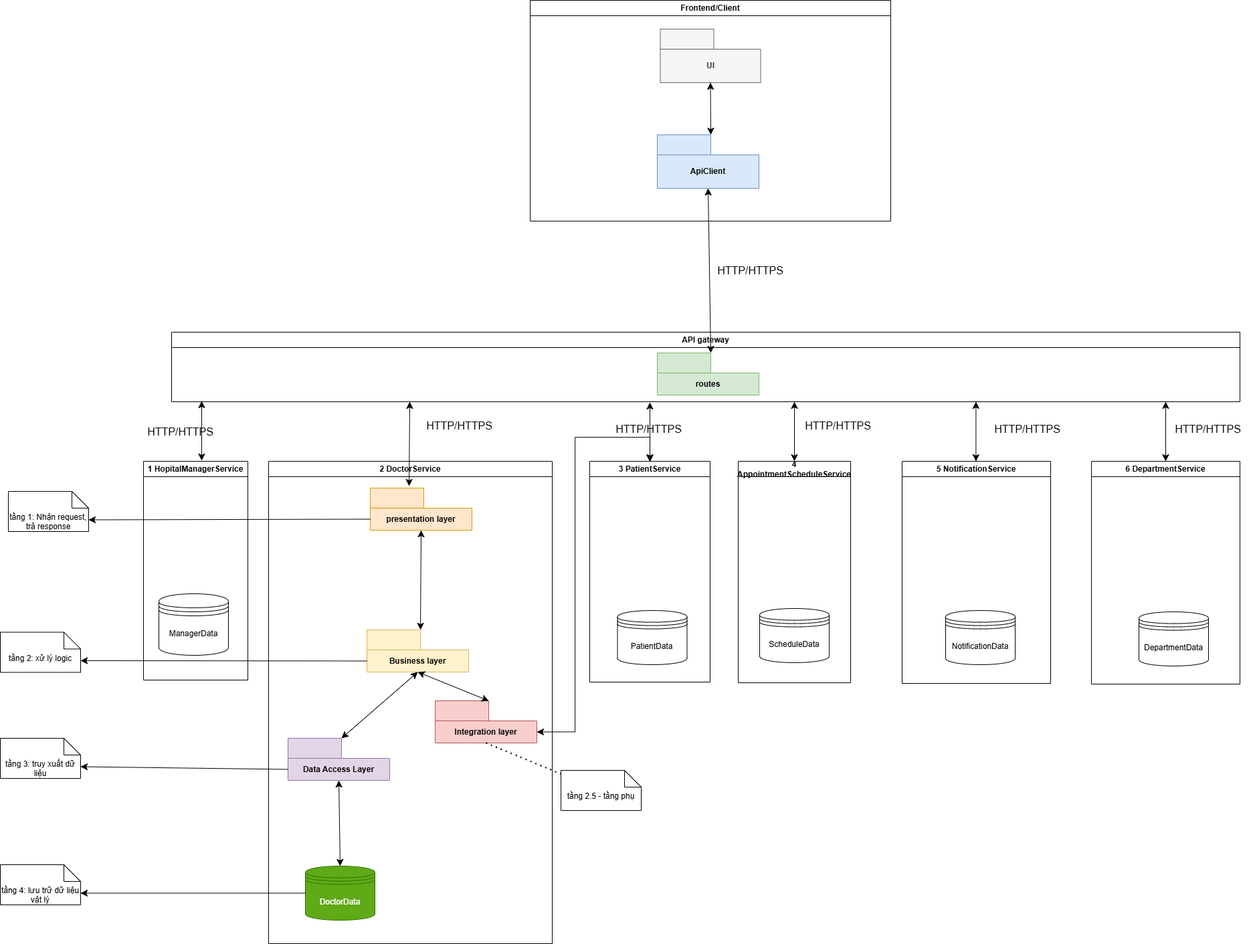
Minh-Quan-dz123/He_thong_quan_ly_benh_vien keeps this draw.io diagram as details/2_product_analysis_and_design/3_architectural_diagram_lv0/bv_architectural_lv0.drawio.png. Above is the earlier version. Source tidied: cells renumbered, new cells last; positions are measured from the earlier drawing's top-left corner, leaving out a move shared by most shapes.
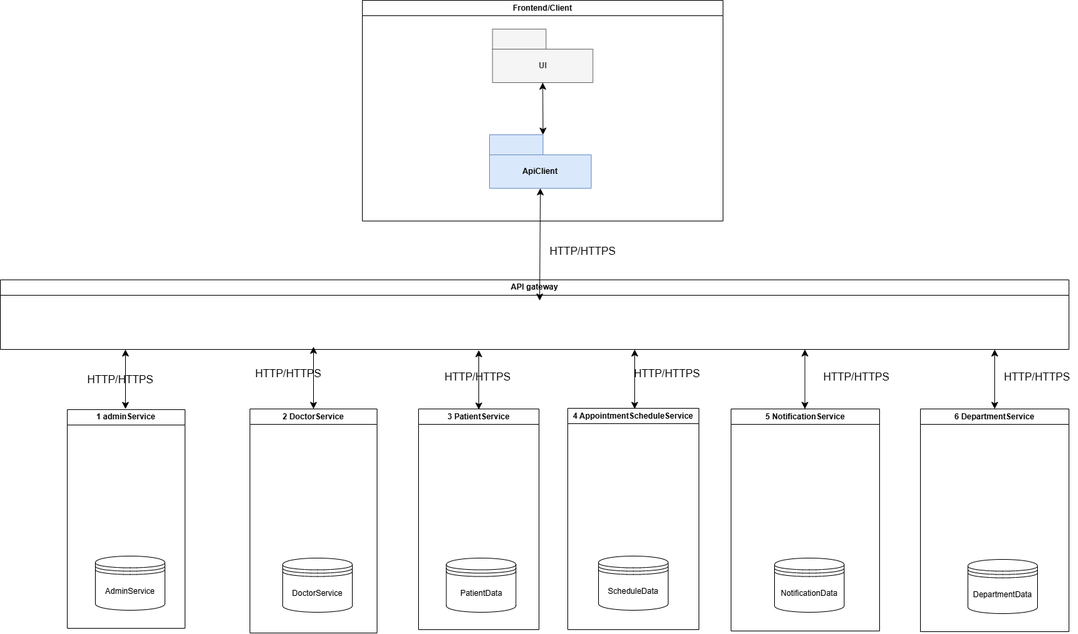
Above is the later version.

Diff of the diagram source:
```diff
@@ -3,7 +3,7 @@
     <mxCell id="0" />
     <mxCell id="1" parent="0" />
     <mxCell id="2" value="Frontend/Client" style="swimlane;whiteSpace=wrap;html=1;" parent="1" vertex="1">
-      <mxGeometry x="792" width="539" height="330" as="geometry" />
+      <mxGeometry x="797" y="78" width="539" height="330" as="geometry" />
     </mxCell>
     <mxCell id="3" value="UI" style="shape=folder;fontStyle=1;tabWidth=80;tabHeight=30;tabPosition=left;html=1;boundedLbl=1;whiteSpace=wrap;fillColor=#f5f5f5;fontColor=#333333;strokeColor=#666666;" parent="2" vertex="1">
       <mxGeometry x="194.5" y="43" width="150" height="80" as="geometry" />
@@ -17,50 +17,23 @@
     <mxCell id="6" value="API gateway" style="swimlane;whiteSpace=wrap;html=1;" parent="1" vertex="1">
       <mxGeometry x="256" y="496" width="1597" height="104" as="geometry" />
     </mxCell>
-    <mxCell id="7" value="routes" style="shape=folder;fontStyle=1;tabWidth=80;tabHeight=30;tabPosition=left;html=1;boundedLbl=1;whiteSpace=wrap;fillColor=#d5e8d4;strokeColor=#82b366;" parent="6" vertex="1">
-      <mxGeometry x="726" y="31" width="152" height="63" as="geometry" />
-    </mxCell>
-    <mxCell id="8" value="1 HopitalManagerService" style="swimlane;whiteSpace=wrap;html=1;" parent="1" vertex="1">
-      <mxGeometry x="214" y="689" width="156" height="327" as="geometry" />
+    <mxCell id="8" value="1 adminService" style="swimlane;whiteSpace=wrap;html=1;" parent="1" vertex="1">
+      <mxGeometry x="356" y="690" width="176" height="327" as="geometry" />
     </mxCell>
-    <mxCell id="9" value="ManagerData" style="shape=datastore;whiteSpace=wrap;html=1;" parent="8" vertex="1">
-      <mxGeometry x="23" y="198" width="104" height="92" as="geometry" />
-    </mxCell>
+    <mxCell id="54" value="AdminService" style="shape=datastore;whiteSpace=wrap;html=1;" parent="8" vertex="1">
+      <mxGeometry x="42" y="219" width="104" height="81" as="geometry" />
+    </mxCell>
     <mxCell id="10" value="2 DoctorService" style="swimlane;whiteSpace=wrap;html=1;" parent="1" vertex="1">
-      <mxGeometry x="401" y="689" width="424" height="721" as="geometry" />
+      <mxGeometry x="629" y="689" width="190" height="335" as="geometry" />
     </mxCell>
-    <mxCell id="11" value="DoctorData" style="shape=datastore;whiteSpace=wrap;html=1;fillColor=#60a917;fontColor=#ffffff;strokeColor=#2D7600;" parent="10" vertex="1">
-      <mxGeometry x="55" y="605" width="104" height="81" as="geometry" />
-    </mxCell>
-    <mxCell id="12" value="presentation layer" style="shape=folder;fontStyle=1;tabWidth=80;tabHeight=30;tabPosition=left;html=1;boundedLbl=1;whiteSpace=wrap;fillColor=#ffe6cc;strokeColor=#d79b00;" parent="10" vertex="1">
-      <mxGeometry x="152" y="40" width="152" height="63" as="geometry" />
-    </mxCell>
-    <mxCell id="13" value="Business layer" style="shape=folder;fontStyle=1;tabWidth=80;tabHeight=30;tabPosition=left;html=1;boundedLbl=1;whiteSpace=wrap;fillColor=#fff2cc;strokeColor=#d6b656;" parent="10" vertex="1">
-      <mxGeometry x="147" y="252" width="152" height="63" as="geometry" />
-    </mxCell>
-    <mxCell id="14" style="endArrow=classic;startArrow=classic;html=1;rounded=0;fontSize=12;startSize=8;endSize=8;curved=1;exitX=0;exitY=0;exitDx=80;exitDy=0;exitPerimeter=0;entryX=0.5;entryY=1;entryDx=0;entryDy=0;entryPerimeter=0;" parent="10" edge="1" source="13" target="12">
-      <mxGeometry relative="1" as="geometry" />
-    </mxCell>
-    <mxCell id="15" value="Data Access Layer" style="shape=folder;fontStyle=1;tabWidth=80;tabHeight=30;tabPosition=left;html=1;boundedLbl=1;whiteSpace=wrap;fillColor=#e1d5e7;strokeColor=#9673a6;" parent="10" vertex="1">
-      <mxGeometry x="29" y="414" width="152" height="63" as="geometry" />
-    </mxCell>
-    <mxCell id="16" style="endArrow=classic;startArrow=classic;html=1;rounded=0;fontSize=12;startSize=8;endSize=8;curved=1;exitX=0.5;exitY=0;exitDx=0;exitDy=0;entryX=0.5;entryY=1;entryDx=0;entryDy=0;entryPerimeter=0;" parent="10" edge="1" source="11" target="15">
-      <mxGeometry relative="1" as="geometry" />
-    </mxCell>
-    <mxCell id="17" value="Integration layer" style="shape=folder;fontStyle=1;tabWidth=80;tabHeight=30;tabPosition=left;html=1;boundedLbl=1;whiteSpace=wrap;fillColor=#f8cecc;strokeColor=#b85450;" parent="10" vertex="1">
-      <mxGeometry x="249" y="358" width="152" height="63" as="geometry" />
-    </mxCell>
-    <mxCell id="18" style="endArrow=classic;startArrow=classic;html=1;rounded=0;fontSize=12;startSize=8;endSize=8;curved=1;exitX=0;exitY=0;exitDx=80;exitDy=0;exitPerimeter=0;entryX=0.5;entryY=1;entryDx=0;entryDy=0;entryPerimeter=0;" parent="10" edge="1" source="17" target="13">
-      <mxGeometry relative="1" as="geometry" />
-    </mxCell>
-    <mxCell id="19" style="endArrow=classic;startArrow=classic;html=1;rounded=0;fontSize=12;startSize=8;endSize=8;exitX=0;exitY=0;exitDx=80;exitDy=0;exitPerimeter=0;entryX=0.5;entryY=1;entryDx=0;entryDy=0;entryPerimeter=0;" parent="10" edge="1" source="15" target="13">
-      <mxGeometry relative="1" as="geometry" />
-    </mxCell>
+    <mxCell id="55" value="DoctorService" style="shape=datastore;whiteSpace=wrap;html=1;" parent="10" vertex="1">
+      <mxGeometry x="49" y="223" width="104" height="81" as="geometry" />
+    </mxCell>
     <mxCell id="20" value="4 AppointmentScheduleService" style="swimlane;whiteSpace=wrap;html=1;" parent="1" vertex="1">
-      <mxGeometry x="1103" y="689" width="168" height="331" as="geometry" />
+      <mxGeometry x="1104" y="688" width="196" height="331" as="geometry" />
     </mxCell>
     <mxCell id="21" value="ScheduleData" style="shape=datastore;whiteSpace=wrap;html=1;" parent="20" vertex="1">
-      <mxGeometry x="32" y="220" width="104" height="81" as="geometry" />
+      <mxGeometry x="46" y="221" width="104" height="81" as="geometry" />
     </mxCell>
     <mxCell id="22" value="5 NotificationService" style="swimlane;whiteSpace=wrap;html=1;" parent="1" vertex="1">
       <mxGeometry x="1348" y="689" width="222" height="332" as="geometry" />
@@ -75,10 +48,10 @@
       <mxGeometry x="71" y="225" width="104" height="81" as="geometry" />
     </mxCell>
     <mxCell id="26" value="HTTP/HTTPS" style="text;html=1;whiteSpace=wrap;strokeColor=none;fillColor=none;align=center;verticalAlign=middle;rounded=0;fontSize=16;" parent="1" vertex="1">
-      <mxGeometry x="1061" y="390" width="121" height="28" as="geometry" />
+      <mxGeometry x="1066" y="439" width="121" height="28" as="geometry" />
     </mxCell>
     <mxCell id="27" value="HTTP/HTTPS" style="text;html=1;whiteSpace=wrap;strokeColor=none;fillColor=none;align=center;verticalAlign=middle;rounded=0;fontSize=16;" parent="1" vertex="1">
-      <mxGeometry x="209" y="631" width="121" height="28" as="geometry" />
+      <mxGeometry x="375" y="631" width="121" height="28" as="geometry" />
     </mxCell>
     <mxCell id="28" value="HTTP/HTTPS" style="text;html=1;whiteSpace=wrap;strokeColor=none;fillColor=none;align=center;verticalAlign=middle;rounded=0;fontSize=16;" parent="1" vertex="1">
       <mxGeometry x="626" y="622" width="121" height="28" as="geometry" />
@@ -108,58 +81,26 @@
     </mxCell>
     <mxCell id="35" style="endArrow=classic;startArrow=classic;html=1;rounded=0;fontSize=12;startSize=8;endSize=8;curved=1;exitX=0.5;exitY=0;exitDx=0;exitDy=0;" parent="1" edge="1">
       <mxGeometry relative="1" as="geometry">
-        <mxPoint x="1187" y="689" as="sourcePoint" />
-        <mxPoint x="1187" y="600" as="targetPoint" />
+        <mxPoint x="1204" y="689" as="sourcePoint" />
+        <mxPoint x="1204" y="600" as="targetPoint" />
       </mxGeometry>
     </mxCell>
-    <mxCell id="36" style="endArrow=classic;startArrow=classic;html=1;rounded=0;fontSize=12;startSize=8;endSize=8;curved=1;exitX=0;exitY=0;exitDx=80;exitDy=0;exitPerimeter=0;" parent="1" edge="1">
+    <mxCell id="36" style="endArrow=classic;startArrow=classic;html=1;rounded=0;fontSize=12;startSize=8;endSize=8;curved=1;exitX=0.5;exitY=0;exitDx=0;exitDy=0;" parent="1" edge="1" source="10">
       <mxGeometry relative="1" as="geometry">
-        <mxPoint x="611" y="726" as="sourcePoint" />
-        <mxPoint x="612" y="600" as="targetPoint" />
+        <mxPoint x="724" y="596" as="targetPoint" />
       </mxGeometry>
     </mxCell>
     <mxCell id="37" style="endArrow=classic;startArrow=classic;html=1;rounded=0;fontSize=12;startSize=8;endSize=8;curved=1;exitX=0.5;exitY=0;exitDx=0;exitDy=0;" parent="1" edge="1">
       <mxGeometry relative="1" as="geometry">
-        <mxPoint x="301" y="688" as="sourcePoint" />
-        <mxPoint x="301" y="599" as="targetPoint" />
+        <mxPoint x="443" y="689" as="sourcePoint" />
+        <mxPoint x="443" y="600" as="targetPoint" />
       </mxGeometry>
     </mxCell>
-    <mxCell id="38" style="endArrow=classic;startArrow=classic;html=1;rounded=0;fontSize=12;startSize=8;endSize=8;curved=1;entryX=0.5;entryY=1;entryDx=0;entryDy=0;entryPerimeter=0;exitX=0;exitY=0;exitDx=80;exitDy=0;exitPerimeter=0;" parent="1" edge="1" source="7" target="4">
-      <mxGeometry relative="1" as="geometry" />
+    <mxCell id="38" style="endArrow=classic;startArrow=classic;html=1;rounded=0;fontSize=12;startSize=8;endSize=8;curved=1;entryX=0.5;entryY=1;entryDx=0;entryDy=0;entryPerimeter=0;exitX=0;exitY=0;exitDx=80;exitDy=0;exitPerimeter=0;" parent="1" edge="1" target="4">
+      <mxGeometry relative="1" as="geometry">
+        <mxPoint x="1062" y="527" as="sourcePoint" />
+      </mxGeometry>
     </mxCell>
-    <mxCell id="39" style="endArrow=classic;html=1;rounded=0;fontSize=12;startSize=8;endSize=8;curved=1;exitX=0;exitY=0;exitDx=0;exitDy=46.5;exitPerimeter=0;entryX=0;entryY=0;entryDx=120;entryDy=42.5;entryPerimeter=0;" parent="1" edge="1" source="12" target="40">
-      <mxGeometry relative="1" as="geometry" />
-    </mxCell>
-    <mxCell id="40" value="tầng 1: Nhận request, trả response" style="shape=note2;boundedLbl=1;whiteSpace=wrap;html=1;size=25;verticalAlign=top;align=center;" parent="1" vertex="1">
-      <mxGeometry x="12" y="734" width="120" height="60" as="geometry" />
-    </mxCell>
-    <mxCell id="41" style="endArrow=classic;html=1;rounded=0;fontSize=12;startSize=8;endSize=8;curved=1;exitX=0;exitY=0;exitDx=0;exitDy=46.5;exitPerimeter=0;entryX=0;entryY=0;entryDx=120;entryDy=42.5;entryPerimeter=0;" parent="1" edge="1" source="13" target="42">
-      <mxGeometry relative="1" as="geometry" />
-    </mxCell>
-    <mxCell id="42" value="tầng 2: xử lý logic" style="shape=note2;boundedLbl=1;whiteSpace=wrap;html=1;size=25;verticalAlign=top;align=center;" parent="1" vertex="1">
-      <mxGeometry y="944.5" width="120" height="60" as="geometry" />
-    </mxCell>
-    <mxCell id="43" style="endArrow=classic;html=1;rounded=0;fontSize=12;startSize=8;endSize=8;curved=1;exitX=0;exitY=0;exitDx=0;exitDy=46.5;exitPerimeter=0;entryX=0;entryY=0;entryDx=120;entryDy=42.5;entryPerimeter=0;" parent="1" edge="1" source="15" target="44">
-      <mxGeometry relative="1" as="geometry" />
-    </mxCell>
-    <mxCell id="44" value="tầng 3: truy xuất dữ liệu" style="shape=note2;boundedLbl=1;whiteSpace=wrap;html=1;size=25;verticalAlign=top;align=center;" parent="1" vertex="1">
-      <mxGeometry y="1103" width="120" height="60" as="geometry" />
-    </mxCell>
-    <mxCell id="45" value="tầng 4: lưu trữ dữ liệu vật lý" style="shape=note2;boundedLbl=1;whiteSpace=wrap;html=1;size=25;verticalAlign=top;align=center;" parent="1" vertex="1">
-      <mxGeometry y="1292" width="120" height="60" as="geometry" />
-    </mxCell>
-    <mxCell id="46" style="endArrow=classic;html=1;rounded=0;fontSize=12;startSize=8;endSize=8;curved=1;exitX=0;exitY=0.5;exitDx=0;exitDy=0;entryX=0;entryY=0;entryDx=120;entryDy=42.5;entryPerimeter=0;" parent="1" edge="1" source="11" target="45">
-      <mxGeometry relative="1" as="geometry" />
-    </mxCell>
-    <mxCell id="47" style="endArrow=classic;startArrow=classic;html=1;rounded=0;fontSize=12;startSize=8;endSize=8;entryX=0;entryY=0;entryDx=152;entryDy=46.5;entryPerimeter=0;exitX=0.5;exitY=0;exitDx=0;exitDy=0;edgeStyle=orthogonalEdgeStyle;" parent="1" edge="1" source="49" target="17">
-      <mxGeometry relative="1" as="geometry">
-        <Array as="points">
-          <mxPoint x="971" y="653" />
-          <mxPoint x="859" y="653" />
-          <mxPoint x="859" y="1094" />
-        </Array>
-      </mxGeometry>
-    </mxCell>
     <mxCell id="48" style="group;" parent="1" vertex="1">
       <mxGeometry x="881" y="601" width="180" height="418" as="geometry" />
     </mxCell>
@@ -175,11 +116,5 @@
         <mxPoint x="90" as="targetPoint" />
       </mxGeometry>
     </mxCell>
-    <mxCell id="52" style="endArrow=none;dashed=1;html=1;dashPattern=1 3;strokeWidth=2;rounded=0;fontSize=12;startSize=8;endSize=8;curved=1;exitX=0.5;exitY=1;exitDx=0;exitDy=0;exitPerimeter=0;" parent="1" edge="1" source="17" target="53">
-      <mxGeometry relative="1" as="geometry" />
-    </mxCell>
-    <mxCell id="53" value="tầng 2.5 - tầng phụ" style="shape=note2;boundedLbl=1;whiteSpace=wrap;html=1;size=25;verticalAlign=top;align=center;" parent="1" vertex="1">
-      <mxGeometry x="838" y="1151" width="120" height="60" as="geometry" />
-    </mxCell>
   </root>
 </mxGraphModel>
```
